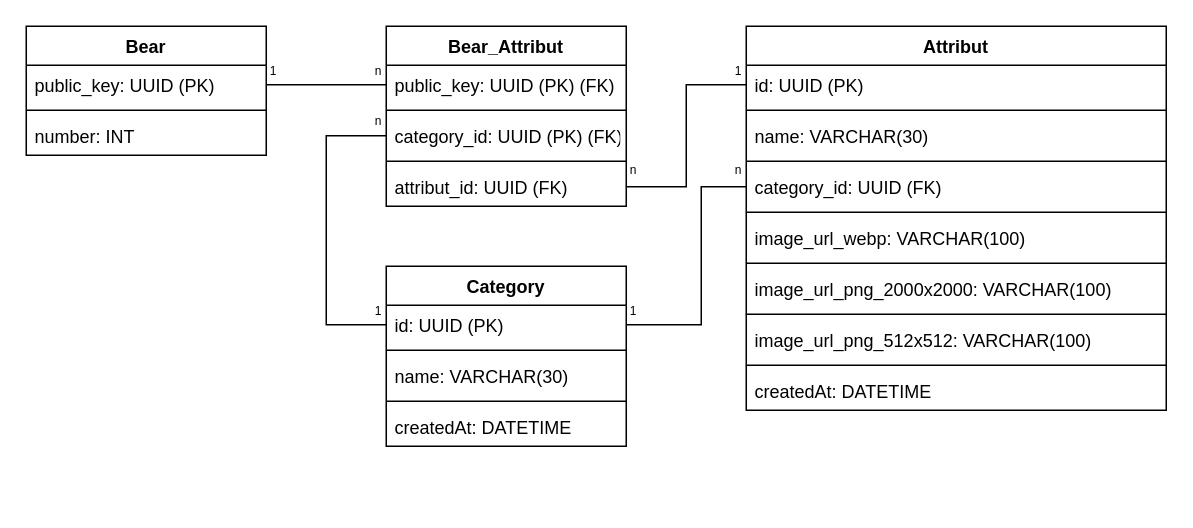
Before: page "Page-1" (1 of 2) of resources/database/uml_er_diagram.drawio in okbcommunity/dressing-room-backend, a draw.io diagram. Source tidied: cells renumbered, new cells numbered last; positions are measured from the earlier drawing's top-left corner, leaving out a move shared by most shapes. Both pictures are drawn from the tidied source at 150%, with x=0, y=0 at pixel (26, 26).
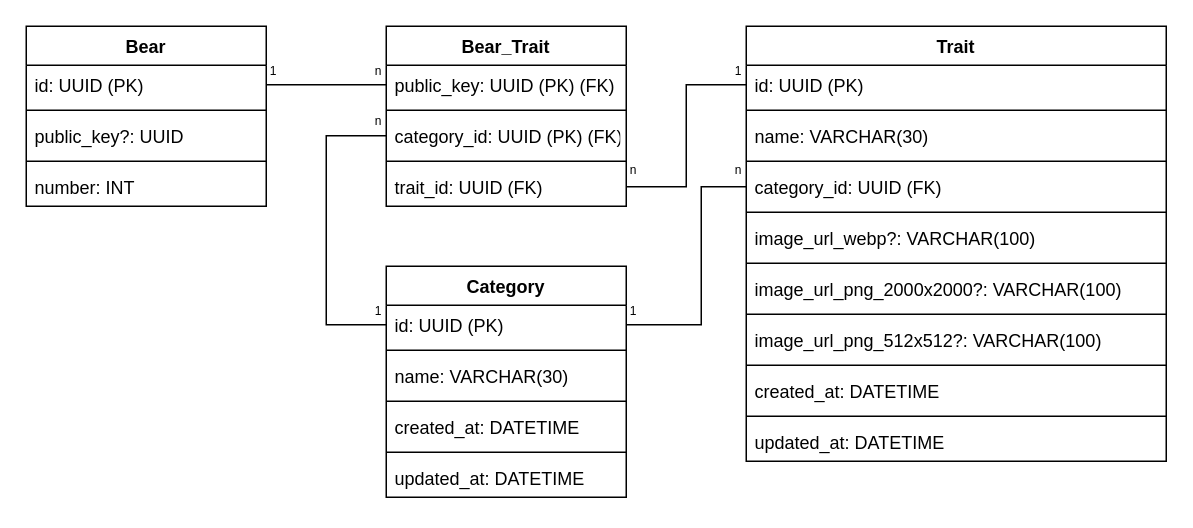
The same page after the edit.

Commit message (it also covers changes not shown here):
made trait migration script work

What changed in the source:
```diff
@@
     <mxCell id="2" value="Bear" style="swimlane;fontStyle=1;align=center;verticalAlign=top;horizontal=1;startSize=26;" parent="1" vertex="1">
-      <mxGeometry width="160" height="86" as="geometry" />
+      <mxGeometry width="160" height="120" as="geometry" />
     </mxCell>
-    <mxCell id="3" value="public_key: UUID (PK)" style="text;strokeColor=none;fillColor=none;align=left;verticalAlign=top;spacingLeft=4;spacingRight=4;overflow=hidden;points=[[0,0.5],[1,0.5]];portConstraint=eastwest;" parent="2" vertex="1">
+    <mxCell id="3" value="id: UUID (PK)" style="text;strokeColor=none;fillColor=none;align=left;verticalAlign=top;spacingLeft=4;spacingRight=4;overflow=hidden;points=[[0,0.5],[1,0.5]];portConstraint=eastwest;" parent="2" vertex="1">
       <mxGeometry y="26" width="160" height="26" as="geometry" />
     </mxCell>
@@
-    <mxCell id="5" value="number: INT" style="text;strokeColor=none;fillColor=none;align=left;verticalAlign=top;spacingLeft=4;spacingRight=4;overflow=hidden;" parent="2" vertex="1">
+    <mxCell id="5" value="public_key?: UUID" style="text;strokeColor=none;fillColor=none;align=left;verticalAlign=top;spacingLeft=4;spacingRight=4;overflow=hidden;" parent="2" vertex="1">
       <mxGeometry y="60" width="160" height="26" as="geometry" />
     </mxCell>
+    <mxCell id="44" style="line;strokeWidth=1;fillColor=none;align=left;verticalAlign=middle;spacingTop=-1;spacingLeft=3;spacingRight=3;labelPosition=right;strokeColor=inherit;" parent="2" vertex="1">
+      <mxGeometry y="86" width="160" height="8" as="geometry" />
+    </mxCell>
+    <mxCell id="45" value="number: INT" style="text;strokeColor=none;fillColor=none;align=left;verticalAlign=top;spacingLeft=4;spacingRight=4;overflow=hidden;" parent="2" vertex="1">
+      <mxGeometry y="94" width="160" height="26" as="geometry" />
+    </mxCell>
-    <mxCell id="6" value="Attribut" style="swimlane;fontStyle=1;align=center;verticalAlign=top;horizontal=1;startSize=26;" parent="1" vertex="1">
-      <mxGeometry x="480" width="280" height="256" as="geometry" />
+    <mxCell id="6" value="Trait" style="swimlane;fontStyle=1;align=center;verticalAlign=top;horizontal=1;startSize=26;" parent="1" vertex="1">
+      <mxGeometry x="480" width="280" height="290" as="geometry" />
     </mxCell>
@@
-    <mxCell id="13" value="image_url_webp: VARCHAR(100)" style="text;strokeColor=none;fillColor=none;align=left;verticalAlign=top;spacingLeft=4;spacingRight=4;overflow=hidden;" parent="6" vertex="1">
+    <mxCell id="13" value="image_url_webp?: VARCHAR(100)" style="text;strokeColor=none;fillColor=none;align=left;verticalAlign=top;spacingLeft=4;spacingRight=4;overflow=hidden;" parent="6" vertex="1">
       <mxGeometry y="128" width="280" height="26" as="geometry" />
     </mxCell>
@@
-    <mxCell id="15" value="image_url_png_2000x2000: VARCHAR(100)" style="text;strokeColor=none;fillColor=none;align=left;verticalAlign=top;spacingLeft=4;spacingRight=4;overflow=hidden;" parent="6" vertex="1">
+    <mxCell id="15" value="image_url_png_2000x2000?: VARCHAR(100)" style="text;strokeColor=none;fillColor=none;align=left;verticalAlign=top;spacingLeft=4;spacingRight=4;overflow=hidden;" parent="6" vertex="1">
       <mxGeometry y="162" width="280" height="26" as="geometry" />
     </mxCell>
@@
-    <mxCell id="17" value="image_url_png_512x512: VARCHAR(100)" style="text;strokeColor=none;fillColor=none;align=left;verticalAlign=top;spacingLeft=4;spacingRight=4;overflow=hidden;" parent="6" vertex="1">
+    <mxCell id="17" value="image_url_png_512x512?: VARCHAR(100)" style="text;strokeColor=none;fillColor=none;align=left;verticalAlign=top;spacingLeft=4;spacingRight=4;overflow=hidden;" parent="6" vertex="1">
       <mxGeometry y="196" width="280" height="26" as="geometry" />
     </mxCell>
@@
-    <mxCell id="19" value="createdAt: DATETIME" style="text;strokeColor=none;fillColor=none;align=left;verticalAlign=top;spacingLeft=4;spacingRight=4;overflow=hidden;" parent="6" vertex="1">
+    <mxCell id="19" value="created_at: DATETIME" style="text;strokeColor=none;fillColor=none;align=left;verticalAlign=top;spacingLeft=4;spacingRight=4;overflow=hidden;" parent="6" vertex="1">
       <mxGeometry y="230" width="280" height="26" as="geometry" />
     </mxCell>
+    <mxCell id="46" style="line;strokeWidth=1;fillColor=none;align=left;verticalAlign=middle;spacingTop=-1;spacingLeft=3;spacingRight=3;labelPosition=right;strokeColor=inherit;" parent="6" vertex="1">
+      <mxGeometry y="256" width="280" height="8" as="geometry" />
+    </mxCell>
+    <mxCell id="47" value="updated_at: DATETIME" style="text;strokeColor=none;fillColor=none;align=left;verticalAlign=top;spacingLeft=4;spacingRight=4;overflow=hidden;" parent="6" vertex="1">
+      <mxGeometry y="264" width="280" height="26" as="geometry" />
+    </mxCell>
     <mxCell id="20" value="Category" style="swimlane;fontStyle=1;align=center;verticalAlign=top;horizontal=1;startSize=26;" parent="1" vertex="1">
-      <mxGeometry x="240" y="160" width="160" height="120" as="geometry" />
+      <mxGeometry x="240" y="160" width="160" height="154" as="geometry" />
     </mxCell>
@@
-    <mxCell id="25" value="createdAt: DATETIME" style="text;strokeColor=none;fillColor=none;align=left;verticalAlign=top;spacingLeft=4;spacingRight=4;overflow=hidden;" parent="20" vertex="1">
+    <mxCell id="25" value="created_at: DATETIME" style="text;strokeColor=none;fillColor=none;align=left;verticalAlign=top;spacingLeft=4;spacingRight=4;overflow=hidden;" parent="20" vertex="1">
       <mxGeometry y="94" width="160" height="26" as="geometry" />
     </mxCell>
+    <mxCell id="48" style="line;strokeWidth=1;fillColor=none;align=left;verticalAlign=middle;spacingTop=-1;spacingLeft=3;spacingRight=3;labelPosition=right;strokeColor=inherit;" parent="20" vertex="1">
+      <mxGeometry y="120" width="160" height="8" as="geometry" />
+    </mxCell>
+    <mxCell id="49" value="updated_at: DATETIME" style="text;strokeColor=none;fillColor=none;align=left;verticalAlign=top;spacingLeft=4;spacingRight=4;overflow=hidden;" parent="20" vertex="1">
+      <mxGeometry y="128" width="160" height="26" as="geometry" />
+    </mxCell>
-    <mxCell id="26" value="Bear_Attribut" style="swimlane;fontStyle=1;align=center;verticalAlign=top;horizontal=1;startSize=26;" parent="1" vertex="1">
+    <mxCell id="26" value="Bear_Trait" style="swimlane;fontStyle=1;align=center;verticalAlign=top;horizontal=1;startSize=26;" parent="1" vertex="1">
       <mxGeometry x="240" width="160" height="120" as="geometry" />
     </mxCell>
@@
-    <mxCell id="31" value="attribut_id: UUID (FK) " style="text;strokeColor=none;fillColor=none;align=left;verticalAlign=top;spacingLeft=4;spacingRight=4;overflow=hidden;points=[[0,0.5],[1,0.5]];portConstraint=eastwest;" parent="26" vertex="1">
+    <mxCell id="31" value="trait_id: UUID (FK) " style="text;strokeColor=none;fillColor=none;align=left;verticalAlign=top;spacingLeft=4;spacingRight=4;overflow=hidden;points=[[0,0.5],[1,0.5]];portConstraint=eastwest;" parent="26" vertex="1">
       <mxGeometry y="94" width="160" height="26" as="geometry" />
     </mxCell>
```
